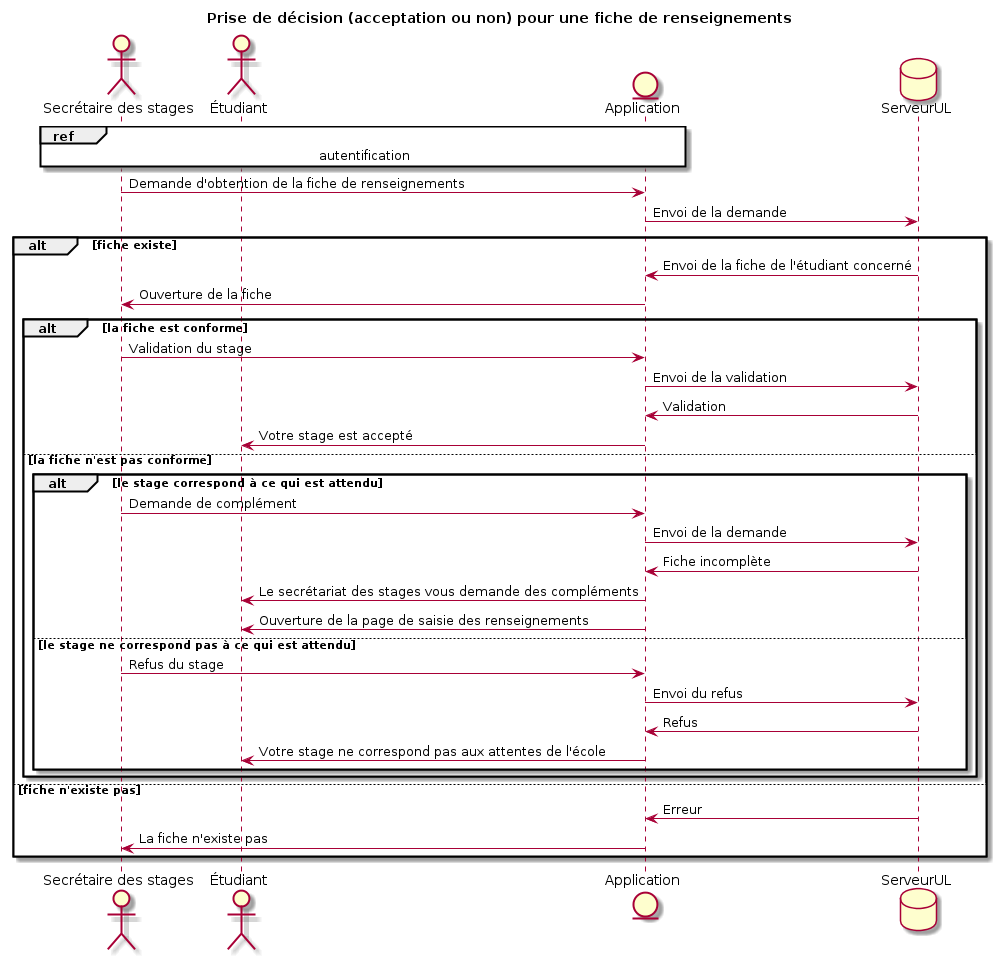
AOSauron/Conception-UML keeps this PlantUML diagram as plantuml/prise de décision fiche de renseignements.png. Above is the earlier version. The source it was exported from:
```plantuml
@startuml

title Prise de décision (acceptation ou non) pour une fiche de renseignements

actor "Secrétaire des stages"
actor Étudiant
entity Application
database ServeurUL

ref over "Secrétaire des stages", Application : autentification

"Secrétaire des stages" -> Application : Demande d'obtention de la fiche de renseignements
Application -> ServeurUL : Envoi de la demande

alt fiche existe
	ServeurUL -> Application : Envoi de la fiche de l'étudiant concerné
	Application -> "Secrétaire des stages" : Ouverture de la fiche
	alt la fiche est conforme
		"Secrétaire des stages" -> Application : Validation du stage
		Application -> ServeurUL : Envoi de la validation
		ServeurUL -> Application : Validation
		Application -> Étudiant : Votre stage est accepté
	else la fiche n'est pas conforme
		alt le stage correspond à ce qui est attendu
			"Secrétaire des stages" -> Application : Demande de complément
			Application -> ServeurUL : Envoi de la demande
			ServeurUL -> Application : Fiche incomplète
			Application -> Étudiant : Le secrétariat des stages vous demande des compléments
			Application -> Étudiant : Ouverture de la page de saisie des renseignements
		else le stage ne correspond pas à ce qui est attendu
			"Secrétaire des stages" -> Application : Refus du stage
			Application -> ServeurUL : Envoi du refus
			ServeurUL -> Application : Refus
			Application -> Étudiant : Votre stage ne correspond pas aux attentes de l'école
		end
	end
else fiche n'existe pas
	ServeurUL -> Application : Erreur
	Application -> "Secrétaire des stages" : La fiche n'existe pas
end
@enduml
```
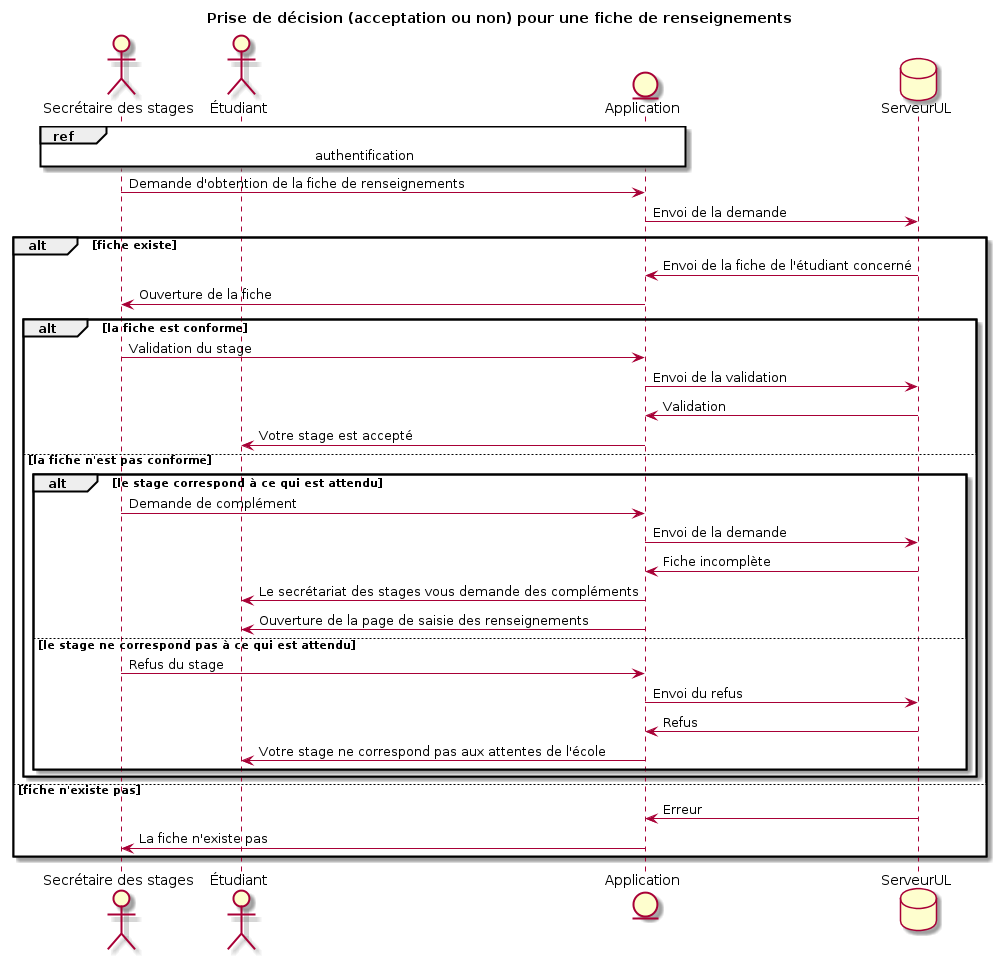
After the commit.

Diff of the diagram source:
```diff
@@ -7,7 +7,7 @@
 entity Application
 database ServeurUL
 
-ref over "Secrétaire des stages", Application : autentification
+ref over "Secrétaire des stages", Application : authentification
 
 "Secrétaire des stages" -> Application : Demande d'obtention de la fiche de renseignements
 Application -> ServeurUL : Envoi de la demande
```
